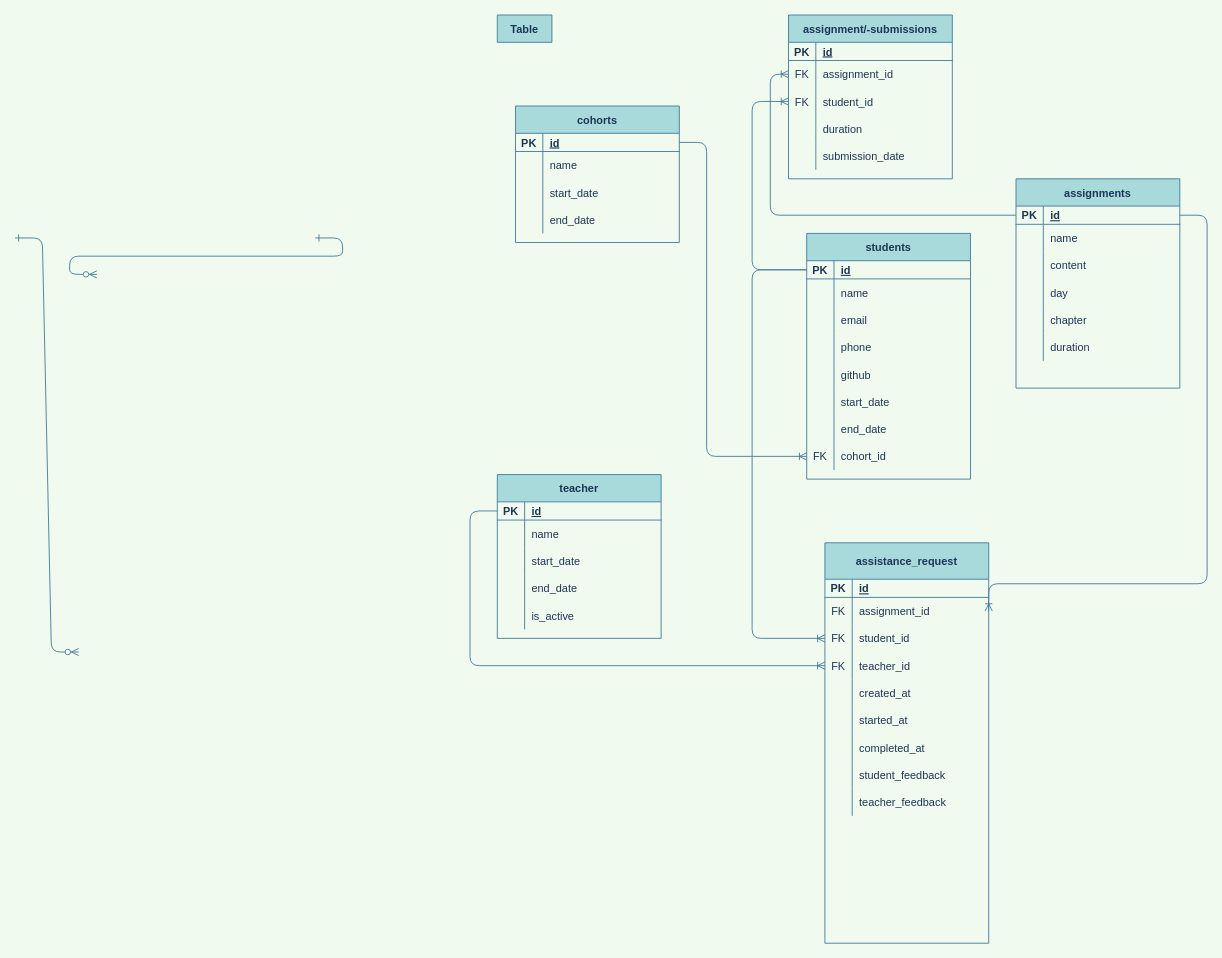
Before: Untitled Diagram.drawio in scarlet-128/BootcampX, a draw.io diagram. Source tidied: cells renumbered, new cells numbered last; positions are measured from the earlier drawing's top-left corner, leaving out a move shared by most shapes. Both pictures are drawn from the tidied source at 91%, with x=0, y=0 at pixel (15, 15).
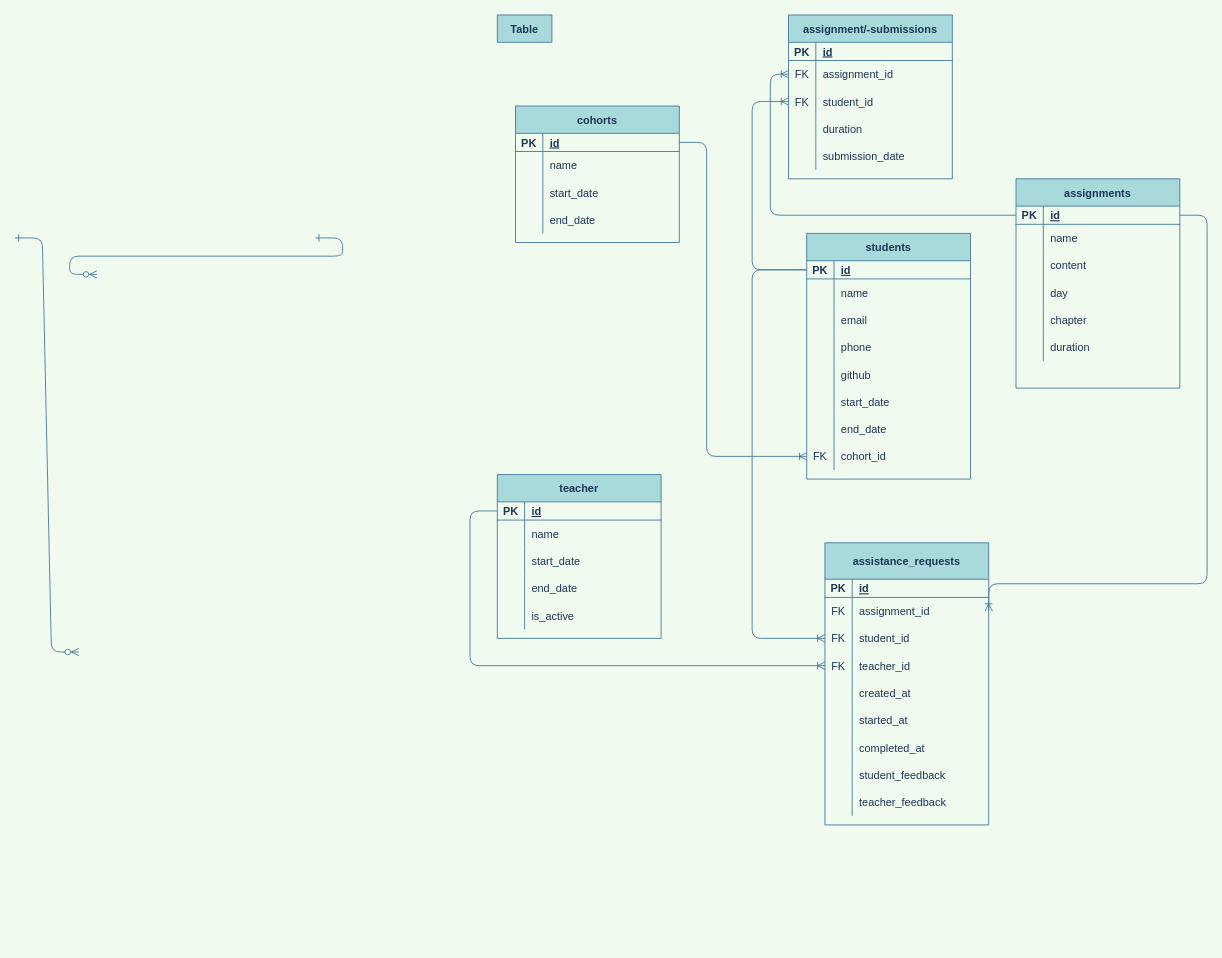
The same diagram, later.

Change to the diagram source:
```diff
@@
-    <mxCell id="94" value="assistance_request" style="shape=table;startSize=40;childLayout=tableLayout;rowLines=0;fontStyle=1;align=center;fillColor=#A8DADC;strokeColor=#457B9D;fontColor=#1D3557;" parent="1" vertex="1">
-      <mxGeometry x="890" y="580" width="180" height="440" as="geometry" />
+    <mxCell id="94" value="assistance_requests" style="shape=table;startSize=40;childLayout=tableLayout;rowLines=0;fontStyle=1;align=center;fillColor=#A8DADC;strokeColor=#457B9D;fontColor=#1D3557;" parent="1" vertex="1">
+      <mxGeometry x="890" y="580" width="180" height="310" as="geometry" />
     </mxCell>
```
